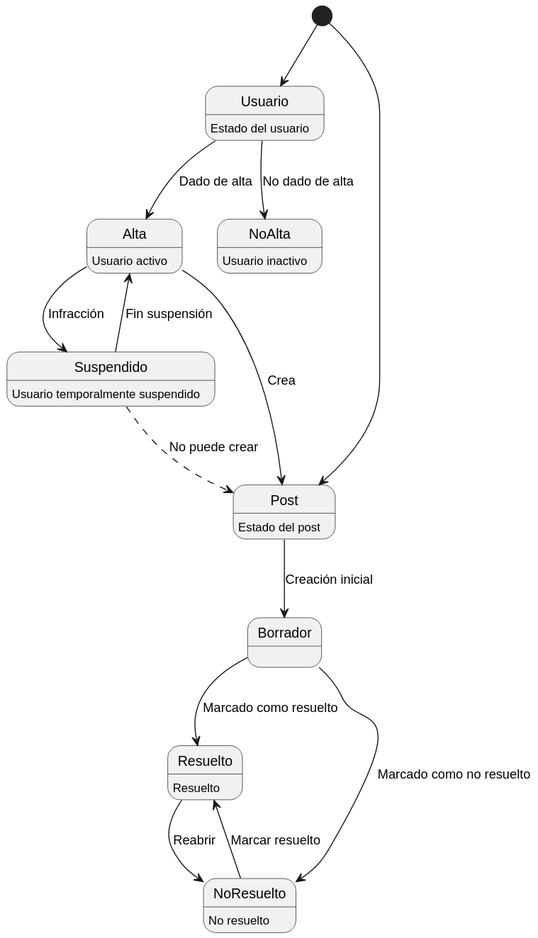
This is images/modelosUML - SVG/3ª_Iteración/Diagrama_Estados.svg from mmasias/24-25-IdSw1-SDR, a PlantUML export, as it was before one commit. The source it was exported from:
```plantuml
@startuml
[*] --> Usuario
Usuario : Estado del usuario
Usuario --> Alta : Dado de alta
Usuario --> NoAlta : No dado de alta
Alta : Usuario activo
NoAlta : Usuario inactivo
Alta --> Suspendido : Infracción
Suspendido --> Alta : Fin suspensión
Suspendido : Usuario temporalmente suspendido

[*] --> Post
Alta --> Post: Crea
Suspendido -[dashed]-> Post: No puede crear
Post : Estado del post
Post --> Borrador : Creación inicial
Borrador --> Resuelto : Marcado como resuelto
Borrador --> NoResuelto : Marcado como no resuelto
Resuelto : Resuelto
NoResuelto : No resuelto
NoResuelto --> Resuelto : Marcar resuelto
Resuelto --> NoResuelto : Reabrir
@enduml
```
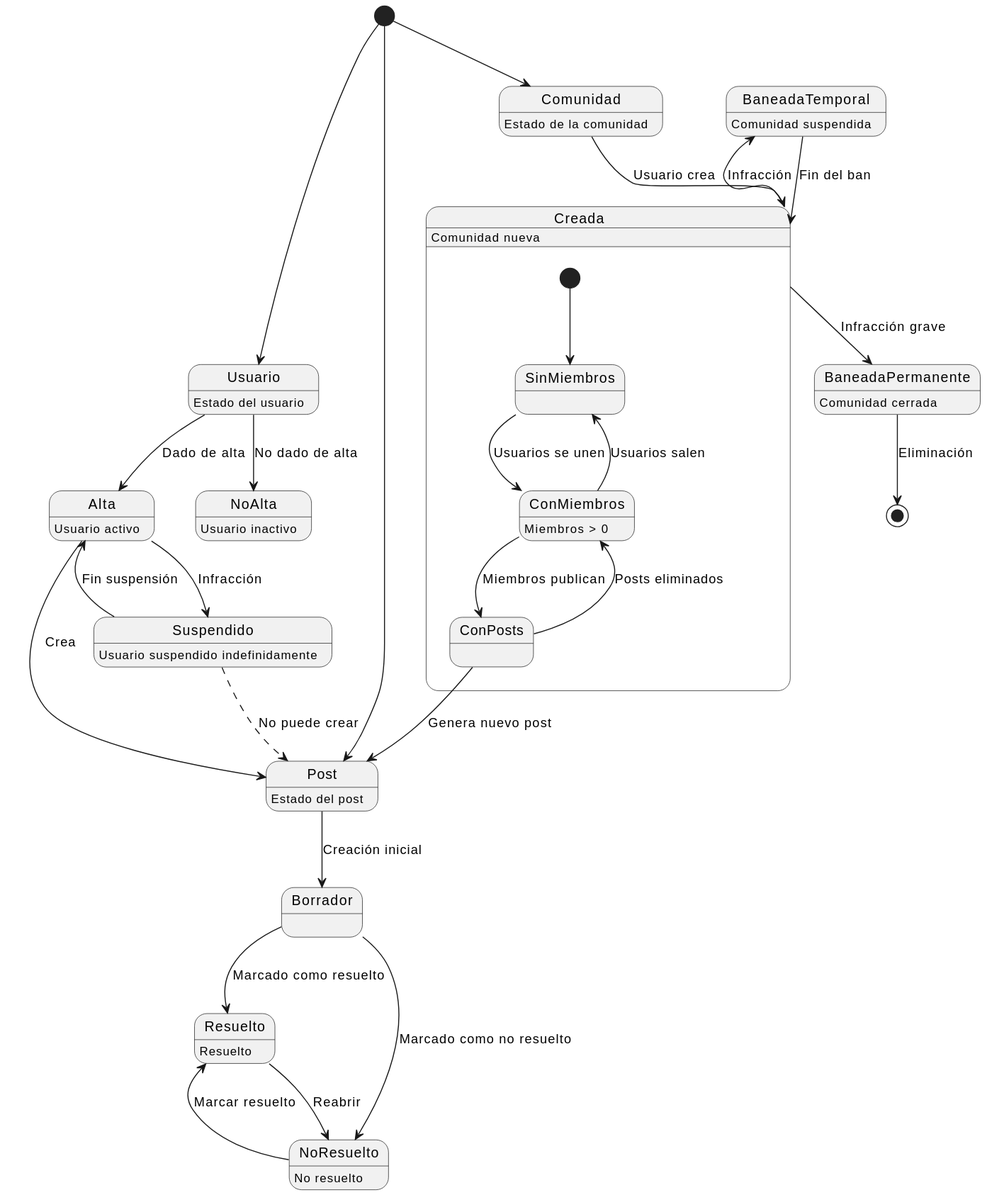
After the change.

The edit, as a diff of the source:
```diff
@@ -7,7 +7,7 @@
 NoAlta : Usuario inactivo
 Alta --> Suspendido : Infracción
 Suspendido --> Alta : Fin suspensión
-Suspendido : Usuario temporalmente suspendido
+Suspendido : Usuario suspendido indefinidamente
 
 [*] --> Post
 Alta --> Post: Crea
@@ -20,4 +20,27 @@
 NoResuelto : No resuelto
 NoResuelto --> Resuelto : Marcar resuelto
 Resuelto --> NoResuelto : Reabrir
+
+[*] --> Comunidad
+Comunidad : Estado de la comunidad
+Comunidad --> Creada : Usuario crea
+Creada : Comunidad nueva
+
+state Creada {
+  [*] --> SinMiembros
+  SinMiembros --> ConMiembros : Usuarios se unen
+  ConMiembros --> SinMiembros : Usuarios salen
+  ConMiembros : Miembros > 0
+  ConMiembros --> ConPosts : Miembros publican
+  ConPosts --> ConMiembros : Posts eliminados
+  ConPosts --> Post : Genera nuevo post
+}
+
+Creada --> BaneadaTemporal : Infracción
+BaneadaTemporal : Comunidad suspendida
+BaneadaTemporal --> Creada : Fin del ban
+
+Creada --> BaneadaPermanente : Infracción grave
+BaneadaPermanente : Comunidad cerrada
+BaneadaPermanente --> [*] : Eliminación
 @enduml
```
